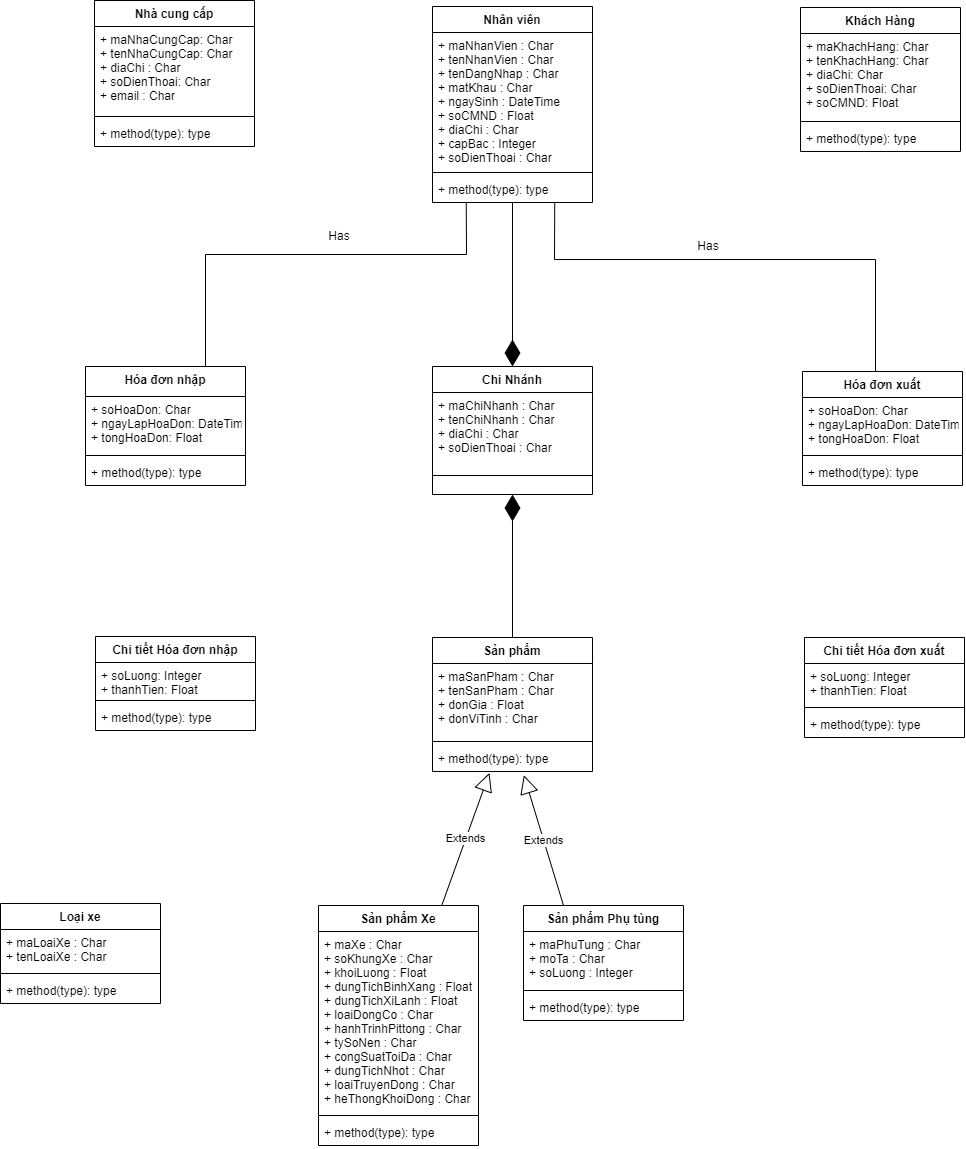
Earlier version of the draw.io export Sơ Đồ Class.png (ChauCongTu/thiet-ke-linh-tinh). Source tidied: cells renumbered, new cells last; positions are measured from the earlier drawing's top-left corner, leaving out a move shared by most shapes. Its diagram source:
```xml
<mxGraphModel>
  <root>
    <mxCell id="0" />
    <mxCell id="1" parent="0" />
    <mxCell id="2" value="Chi Nhánh" style="swimlane;fontStyle=1;align=center;verticalAlign=top;horizontal=1;startSize=26;" parent="1" vertex="1">
      <mxGeometry x="432" y="366" width="160" height="128" as="geometry" />
    </mxCell>
    <mxCell id="3" value="+ maChiNhanh : Char&#10;+ tenChiNhanh : Char&#10;+ diaChi : Char&#10;+ soDienThoai : Char" style="text;strokeColor=none;fillColor=none;align=left;verticalAlign=top;spacingLeft=4;spacingRight=4;overflow=hidden;" parent="2" vertex="1">
      <mxGeometry y="26" width="160" height="64" as="geometry" />
    </mxCell>
    <mxCell id="4" style="line;strokeWidth=1;fillColor=none;align=left;verticalAlign=middle;spacingTop=-1;spacingLeft=3;spacingRight=3;labelPosition=right;strokeColor=inherit;" parent="2" vertex="1">
      <mxGeometry y="90" width="160" height="38" as="geometry" />
    </mxCell>
    <mxCell id="5" value="Khách Hàng" style="swimlane;fontStyle=1;align=center;verticalAlign=top;horizontal=1;startSize=26;" parent="1" vertex="1">
      <mxGeometry x="800" y="7" width="160" height="144" as="geometry" />
    </mxCell>
    <mxCell id="6" value="+ maKhachHang: Char&#10;+ tenKhachHang: Char&#10;+ diaChi: Char&#10;+ soDienThoai: Char&#10;+ soCMND: Float" style="text;strokeColor=none;fillColor=none;align=left;verticalAlign=top;spacingLeft=4;spacingRight=4;overflow=hidden;" parent="5" vertex="1">
      <mxGeometry y="26" width="160" height="84" as="geometry" />
    </mxCell>
    <mxCell id="7" style="line;strokeWidth=1;fillColor=none;align=left;verticalAlign=middle;spacingTop=-1;spacingLeft=3;spacingRight=3;labelPosition=right;strokeColor=inherit;" parent="5" vertex="1">
      <mxGeometry y="110" width="160" height="8" as="geometry" />
    </mxCell>
    <mxCell id="8" value="+ method(type): type" style="text;strokeColor=none;fillColor=none;align=left;verticalAlign=top;spacingLeft=4;spacingRight=4;overflow=hidden;" parent="5" vertex="1">
      <mxGeometry y="118" width="160" height="26" as="geometry" />
    </mxCell>
    <mxCell id="9" value="Nhà cung cấp" style="swimlane;fontStyle=1;align=center;verticalAlign=top;horizontal=1;startSize=26;" parent="1" vertex="1">
      <mxGeometry x="94" width="160" height="146" as="geometry" />
    </mxCell>
    <mxCell id="10" value="+ maNhaCungCap: Char&#10;+ tenNhaCungCap: Char&#10;+ diaChi : Char&#10;+ soDienThoai: Char&#10;+ email : Char" style="text;strokeColor=none;fillColor=none;align=left;verticalAlign=top;spacingLeft=4;spacingRight=4;overflow=hidden;" parent="9" vertex="1">
      <mxGeometry y="26" width="160" height="86" as="geometry" />
    </mxCell>
    <mxCell id="11" style="line;strokeWidth=1;fillColor=none;align=left;verticalAlign=middle;spacingTop=-1;spacingLeft=3;spacingRight=3;labelPosition=right;strokeColor=inherit;" parent="9" vertex="1">
      <mxGeometry y="112" width="160" height="8" as="geometry" />
    </mxCell>
    <mxCell id="12" value="+ method(type): type" style="text;strokeColor=none;fillColor=none;align=left;verticalAlign=top;spacingLeft=4;spacingRight=4;overflow=hidden;" parent="9" vertex="1">
      <mxGeometry y="120" width="160" height="26" as="geometry" />
    </mxCell>
    <mxCell id="13" value="Hóa đơn nhập" style="swimlane;fontStyle=1;align=center;verticalAlign=top;horizontal=1;startSize=30;" parent="1" vertex="1">
      <mxGeometry x="85" y="366" width="160" height="119" as="geometry" />
    </mxCell>
    <mxCell id="14" value="+ soHoaDon: Char&#10;+ ngayLapHoaDon: DateTime&#10;+ tongHoaDon: Float" style="text;strokeColor=none;fillColor=none;align=left;verticalAlign=top;spacingLeft=4;spacingRight=4;overflow=hidden;" parent="13" vertex="1">
      <mxGeometry y="30" width="160" height="55" as="geometry" />
    </mxCell>
    <mxCell id="15" style="line;strokeWidth=1;fillColor=none;align=left;verticalAlign=middle;spacingTop=-1;spacingLeft=3;spacingRight=3;labelPosition=right;strokeColor=inherit;" parent="13" vertex="1">
      <mxGeometry y="85" width="160" height="8" as="geometry" />
    </mxCell>
    <mxCell id="16" value="+ method(type): type" style="text;strokeColor=none;fillColor=none;align=left;verticalAlign=top;spacingLeft=4;spacingRight=4;overflow=hidden;" parent="13" vertex="1">
      <mxGeometry y="93" width="160" height="26" as="geometry" />
    </mxCell>
    <mxCell id="17" value="Nhân viên" style="swimlane;fontStyle=1;align=center;verticalAlign=top;horizontal=1;startSize=26;" parent="1" vertex="1">
      <mxGeometry x="432" y="6" width="160" height="196" as="geometry" />
    </mxCell>
    <mxCell id="18" value="+ maNhanVien : Char&#10;+ tenNhanVien : Char&#10;+ tenDangNhap : Char&#10;+ matKhau : Char&#10;+ ngaySinh : DateTime&#10;+ soCMND : Float&#10;+ diaChi : Char&#10;+ capBac : Integer&#10;+ soDienThoai : Char" style="text;strokeColor=none;fillColor=none;align=left;verticalAlign=top;spacingLeft=4;spacingRight=4;overflow=hidden;" parent="17" vertex="1">
      <mxGeometry y="26" width="160" height="136" as="geometry" />
    </mxCell>
    <mxCell id="19" style="line;strokeWidth=1;fillColor=none;align=left;verticalAlign=middle;spacingTop=-1;spacingLeft=3;spacingRight=3;labelPosition=right;strokeColor=inherit;" parent="17" vertex="1">
      <mxGeometry y="162" width="160" height="8" as="geometry" />
    </mxCell>
    <mxCell id="20" value="+ method(type): type" style="text;strokeColor=none;fillColor=none;align=left;verticalAlign=top;spacingLeft=4;spacingRight=4;overflow=hidden;points=[[0,0.5],[1,0.5]];portConstraint=eastwest;" parent="17" vertex="1">
      <mxGeometry y="170" width="160" height="26" as="geometry" />
    </mxCell>
    <mxCell id="21" value="Loại xe" style="swimlane;fontStyle=1;align=center;verticalAlign=top;horizontal=1;startSize=26;" parent="1" vertex="1">
      <mxGeometry y="903" width="160" height="100" as="geometry" />
    </mxCell>
    <mxCell id="22" value="+ maLoaiXe : Char&#10;+ tenLoaiXe : Char" style="text;strokeColor=none;fillColor=none;align=left;verticalAlign=top;spacingLeft=4;spacingRight=4;overflow=hidden;" parent="21" vertex="1">
      <mxGeometry y="26" width="160" height="40" as="geometry" />
    </mxCell>
    <mxCell id="23" style="line;strokeWidth=1;fillColor=none;align=left;verticalAlign=middle;spacingTop=-1;spacingLeft=3;spacingRight=3;labelPosition=right;strokeColor=inherit;" parent="21" vertex="1">
      <mxGeometry y="66" width="160" height="8" as="geometry" />
    </mxCell>
    <mxCell id="24" value="+ method(type): type" style="text;strokeColor=none;fillColor=none;align=left;verticalAlign=top;spacingLeft=4;spacingRight=4;overflow=hidden;" parent="21" vertex="1">
      <mxGeometry y="74" width="160" height="26" as="geometry" />
    </mxCell>
    <mxCell id="25" value="Sản phẩm Phụ tùng" style="swimlane;fontStyle=1;align=center;verticalAlign=top;horizontal=1;startSize=26;" parent="1" vertex="1">
      <mxGeometry x="523" y="905" width="160" height="115" as="geometry" />
    </mxCell>
    <mxCell id="26" value="+ maPhuTung : Char&#10;+ moTa : Char&#10;+ soLuong : Integer" style="text;strokeColor=none;fillColor=none;align=left;verticalAlign=top;spacingLeft=4;spacingRight=4;overflow=hidden;" parent="25" vertex="1">
      <mxGeometry y="26" width="160" height="55" as="geometry" />
    </mxCell>
    <mxCell id="27" style="line;strokeWidth=1;fillColor=none;align=left;verticalAlign=middle;spacingTop=-1;spacingLeft=3;spacingRight=3;labelPosition=right;strokeColor=inherit;" parent="25" vertex="1">
      <mxGeometry y="81" width="160" height="8" as="geometry" />
    </mxCell>
    <mxCell id="28" value="+ method(type): type" style="text;strokeColor=none;fillColor=none;align=left;verticalAlign=top;spacingLeft=4;spacingRight=4;overflow=hidden;" parent="25" vertex="1">
      <mxGeometry y="89" width="160" height="26" as="geometry" />
    </mxCell>
    <mxCell id="29" value="Sản phẩm Xe" style="swimlane;fontStyle=1;align=center;verticalAlign=top;horizontal=1;startSize=26;" parent="1" vertex="1">
      <mxGeometry x="318" y="905" width="160" height="240" as="geometry" />
    </mxCell>
    <mxCell id="30" value="+ maXe : Char&#10;+ soKhungXe : Char&#10;+ khoiLuong : Float&#10;+ dungTichBinhXang : Float&#10;+ dungTichXiLanh : Float&#10;+ loaiDongCo : Char&#10;+ hanhTrinhPittong : Char&#10;+ tySoNen : Char&#10;+ congSuatToiDa : Char&#10;+ dungTichNhot : Char&#10;+ loaiTruyenDong : Char&#10;+ heThongKhoiDong : Char" style="text;strokeColor=none;fillColor=none;align=left;verticalAlign=top;spacingLeft=4;spacingRight=4;overflow=hidden;" parent="29" vertex="1">
      <mxGeometry y="26" width="160" height="180" as="geometry" />
    </mxCell>
    <mxCell id="31" style="line;strokeWidth=1;fillColor=none;align=left;verticalAlign=middle;spacingTop=-1;spacingLeft=3;spacingRight=3;labelPosition=right;strokeColor=inherit;" parent="29" vertex="1">
      <mxGeometry y="206" width="160" height="8" as="geometry" />
    </mxCell>
    <mxCell id="32" value="+ method(type): type" style="text;strokeColor=none;fillColor=none;align=left;verticalAlign=top;spacingLeft=4;spacingRight=4;overflow=hidden;" parent="29" vertex="1">
      <mxGeometry y="214" width="160" height="26" as="geometry" />
    </mxCell>
    <mxCell id="33" value="Sản phẩm" style="swimlane;fontStyle=1;align=center;verticalAlign=top;horizontal=1;startSize=26;" parent="1" vertex="1">
      <mxGeometry x="432" y="637" width="160" height="134" as="geometry" />
    </mxCell>
    <mxCell id="34" value="+ maSanPham : Char&#10;+ tenSanPham : Char&#10;+ donGia : Float&#10;+ donViTinh : Char" style="text;strokeColor=none;fillColor=none;align=left;verticalAlign=top;spacingLeft=4;spacingRight=4;overflow=hidden;" parent="33" vertex="1">
      <mxGeometry y="26" width="160" height="74" as="geometry" />
    </mxCell>
    <mxCell id="35" style="line;strokeWidth=1;fillColor=none;align=left;verticalAlign=middle;spacingTop=-1;spacingLeft=3;spacingRight=3;labelPosition=right;strokeColor=inherit;" parent="33" vertex="1">
      <mxGeometry y="100" width="160" height="8" as="geometry" />
    </mxCell>
    <mxCell id="36" value="+ method(type): type" style="text;strokeColor=none;fillColor=none;align=left;verticalAlign=top;spacingLeft=4;spacingRight=4;overflow=hidden;points=[[0,0.5],[1,0.5]];portConstraint=eastwest;" parent="33" vertex="1">
      <mxGeometry y="108" width="160" height="26" as="geometry" />
    </mxCell>
    <mxCell id="37" value="Chi tiết Hóa đơn xuất" style="swimlane;fontStyle=1;align=center;verticalAlign=top;horizontal=1;startSize=26;" parent="1" vertex="1">
      <mxGeometry x="804" y="637" width="160" height="100" as="geometry" />
    </mxCell>
    <mxCell id="38" value="+ soLuong: Integer&#10;+ thanhTien: Float" style="text;strokeColor=none;fillColor=none;align=left;verticalAlign=top;spacingLeft=4;spacingRight=4;overflow=hidden;" parent="37" vertex="1">
      <mxGeometry y="26" width="160" height="40" as="geometry" />
    </mxCell>
    <mxCell id="39" style="line;strokeWidth=1;fillColor=none;align=left;verticalAlign=middle;spacingTop=-1;spacingLeft=3;spacingRight=3;labelPosition=right;strokeColor=inherit;" parent="37" vertex="1">
      <mxGeometry y="66" width="160" height="8" as="geometry" />
    </mxCell>
    <mxCell id="40" value="+ method(type): type" style="text;strokeColor=none;fillColor=none;align=left;verticalAlign=top;spacingLeft=4;spacingRight=4;overflow=hidden;" parent="37" vertex="1">
      <mxGeometry y="74" width="160" height="26" as="geometry" />
    </mxCell>
    <mxCell id="41" value="Chi tiết Hóa đơn nhập" style="swimlane;fontStyle=1;align=center;verticalAlign=top;horizontal=1;startSize=26;" parent="1" vertex="1">
      <mxGeometry x="95" y="636" width="160" height="94" as="geometry" />
    </mxCell>
    <mxCell id="42" value="+ soLuong: Integer&#10;+ thanhTien: Float" style="text;strokeColor=none;fillColor=none;align=left;verticalAlign=top;spacingLeft=4;spacingRight=4;overflow=hidden;" parent="41" vertex="1">
      <mxGeometry y="26" width="160" height="34" as="geometry" />
    </mxCell>
    <mxCell id="43" style="line;strokeWidth=1;fillColor=none;align=left;verticalAlign=middle;spacingTop=-1;spacingLeft=3;spacingRight=3;labelPosition=right;strokeColor=inherit;" parent="41" vertex="1">
      <mxGeometry y="60" width="160" height="8" as="geometry" />
    </mxCell>
    <mxCell id="44" value="+ method(type): type" style="text;strokeColor=none;fillColor=none;align=left;verticalAlign=top;spacingLeft=4;spacingRight=4;overflow=hidden;" parent="41" vertex="1">
      <mxGeometry y="68" width="160" height="26" as="geometry" />
    </mxCell>
    <mxCell id="45" value="Hóa đơn xuất" style="swimlane;fontStyle=1;align=center;verticalAlign=top;horizontal=1;startSize=26;" parent="1" vertex="1">
      <mxGeometry x="802" y="371" width="160" height="114" as="geometry" />
    </mxCell>
    <mxCell id="46" value="+ soHoaDon: Char&#10;+ ngayLapHoaDon: DateTime&#10;+ tongHoaDon: Float" style="text;strokeColor=none;fillColor=none;align=left;verticalAlign=top;spacingLeft=4;spacingRight=4;overflow=hidden;" parent="45" vertex="1">
      <mxGeometry y="26" width="160" height="54" as="geometry" />
    </mxCell>
    <mxCell id="47" style="line;strokeWidth=1;fillColor=none;align=left;verticalAlign=middle;spacingTop=-1;spacingLeft=3;spacingRight=3;labelPosition=right;strokeColor=inherit;" parent="45" vertex="1">
      <mxGeometry y="80" width="160" height="8" as="geometry" />
    </mxCell>
    <mxCell id="48" value="+ method(type): type" style="text;strokeColor=none;fillColor=none;align=left;verticalAlign=top;spacingLeft=4;spacingRight=4;overflow=hidden;" parent="45" vertex="1">
      <mxGeometry y="88" width="160" height="26" as="geometry" />
    </mxCell>
    <mxCell id="49" style="endArrow=diamondThin;endFill=1;endSize=24;html=1;rounded=0;entryX=0.5;entryY=1;entryDx=0;entryDy=0;" parent="1" edge="1" source="33" target="2">
      <mxGeometry relative="1" as="geometry" />
    </mxCell>
    <mxCell id="50" style="endArrow=diamondThin;endFill=1;endSize=24;html=1;rounded=0;entryX=0.5;entryY=0;entryDx=0;entryDy=0;" parent="1" edge="1" source="20" target="2">
      <mxGeometry relative="1" as="geometry" />
    </mxCell>
    <mxCell id="51" value="Extends" style="endArrow=block;endSize=16;endFill=0;html=1;rounded=0;entryX=0.356;entryY=1.055;entryDx=0;entryDy=0;entryPerimeter=0;" parent="1" edge="1" source="29" target="36">
      <mxGeometry relative="1" as="geometry" />
    </mxCell>
    <mxCell id="52" value="Extends" style="endArrow=block;endSize=16;endFill=0;html=1;rounded=0;entryX=0.571;entryY=1.143;entryDx=0;entryDy=0;entryPerimeter=0;exitX=0.25;exitY=0;exitDx=0;exitDy=0;" parent="1" edge="1" source="25" target="36">
      <mxGeometry relative="1" as="geometry" />
    </mxCell>
    <mxCell id="53" value="Has&lt;span style=&quot;color: rgba(0, 0, 0, 0); font-family: monospace; font-size: 0px; text-align: start;&quot;&gt;%3CmxGraphModel%3E%3Croot%3E%3CmxCell%20id%3D%220%22%2F%3E%3CmxCell%20id%3D%221%22%20parent%3D%220%22%2F%3E%3CmxCell%20id%3D%222%22%20value%3D%22%22%20style%3D%22endArrow%3Dnone%3Bhtml%3D1%3Brounded%3D0%3BexitX%3D1%3BexitY%3D0.25%3BexitDx%3D0%3BexitDy%3D0%3B%22%20edge%3D%221%22%20parent%3D%221%22%3E%3CmxGeometry%20width%3D%2250%22%20height%3D%2250%22%20relative%3D%221%22%20as%3D%22geometry%22%3E%3CmxPoint%20x%3D%22667%22%20y%3D%22139%22%20as%3D%22sourcePoint%22%2F%3E%3CmxPoint%20x%3D%22881%22%20y%3D%22139.72789115646253%22%20as%3D%22targetPoint%22%2F%3E%3C%2FmxGeometry%3E%3C%2FmxCell%3E%3C%2Froot%3E%3C%2FmxGraphModel%3E&lt;/span&gt;" style="text;html=1;strokeColor=none;fillColor=none;align=center;verticalAlign=middle;whiteSpace=wrap;rounded=0;" parent="1" vertex="1">
      <mxGeometry x="678" y="231" width="60" height="30" as="geometry" />
    </mxCell>
    <mxCell id="54" value="Has&lt;span style=&quot;color: rgba(0, 0, 0, 0); font-family: monospace; font-size: 0px; text-align: start;&quot;&gt;%3CmxGraphModel%3E%3Croot%3E%3CmxCell%20id%3D%220%22%2F%3E%3CmxCell%20id%3D%221%22%20parent%3D%220%22%2F%3E%3CmxCell%20id%3D%222%22%20value%3D%22%22%20style%3D%22endArrow%3Dnone%3Bhtml%3D1%3Brounded%3D0%3BexitX%3D1%3BexitY%3D0.25%3BexitDx%3D0%3BexitDy%3D0%3B%22%20edge%3D%221%22%20parent%3D%221%22%3E%3CmxGeometry%20width%3D%2250%22%20height%3D%2250%22%20relative%3D%221%22%20as%3D%22geometry%22%3E%3CmxPoint%20x%3D%22667%22%20y%3D%22139%22%20as%3D%22sourcePoint%22%2F%3E%3CmxPoint%20x%3D%22881%22%20y%3D%22139.72789115646253%22%20as%3D%22targetPoint%22%2F%3E%3C%2FmxGeometry%3E%3C%2FmxCell%3E%3C%2Froot%3E%3C%2FmxGraphModel%3E&lt;/span&gt;" style="text;html=1;strokeColor=none;fillColor=none;align=center;verticalAlign=middle;whiteSpace=wrap;rounded=0;" parent="1" vertex="1">
      <mxGeometry x="309" y="221" width="60" height="30" as="geometry" />
    </mxCell>
    <mxCell id="55" style="endArrow=none;html=1;rounded=0;exitX=0.75;exitY=0;exitDx=0;exitDy=0;entryX=0.211;entryY=1.015;entryDx=0;entryDy=0;entryPerimeter=0;" parent="1" edge="1" source="13" target="20">
      <mxGeometry relative="1" as="geometry">
        <Array as="points">
          <mxPoint x="205" y="254" />
          <mxPoint x="466" y="254" />
        </Array>
      </mxGeometry>
    </mxCell>
    <mxCell id="56" style="endArrow=none;html=1;rounded=0;exitX=0.75;exitY=0;exitDx=0;exitDy=0;entryX=0.764;entryY=1.015;entryDx=0;entryDy=0;entryPerimeter=0;" parent="1" edge="1" target="20">
      <mxGeometry relative="1" as="geometry">
        <mxPoint x="875" y="371" as="sourcePoint" />
        <Array as="points">
          <mxPoint x="875" y="259" />
          <mxPoint x="554" y="259" />
        </Array>
      </mxGeometry>
    </mxCell>
  </root>
</mxGraphModel>
```
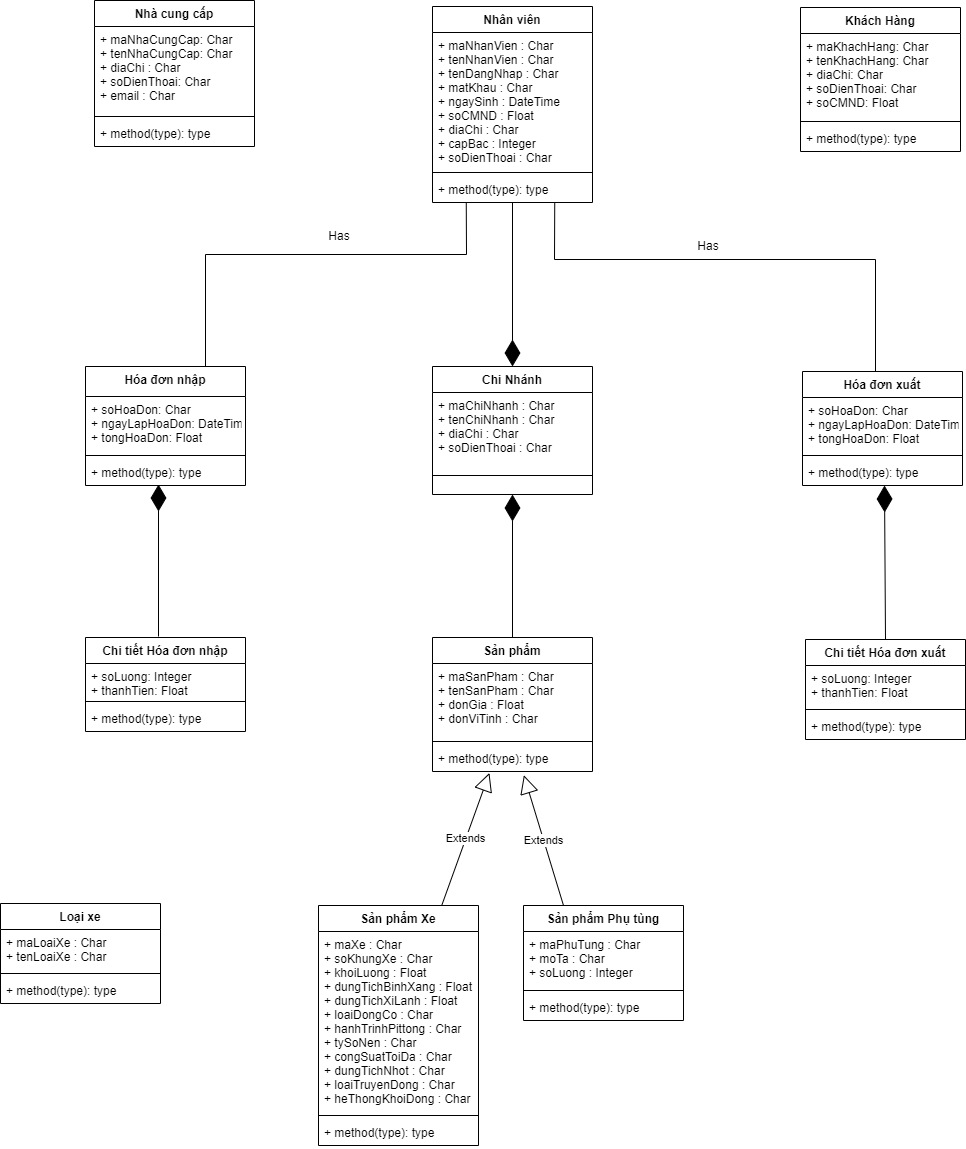
The same file after the commit.

Commit message:
Cập nhật Sơ Đồ Class.png

Diff of the diagram source:
```diff
@@ -108,7 +108,7 @@
       <mxGeometry y="108" width="160" height="26" as="geometry" />
     </mxCell>
     <mxCell id="37" value="Chi tiết Hóa đơn xuất" style="swimlane;fontStyle=1;align=center;verticalAlign=top;horizontal=1;startSize=26;" parent="1" vertex="1">
-      <mxGeometry x="804" y="637" width="160" height="100" as="geometry" />
+      <mxGeometry x="805" y="639" width="160" height="100" as="geometry" />
     </mxCell>
     <mxCell id="38" value="+ soLuong: Integer&#10;+ thanhTien: Float" style="text;strokeColor=none;fillColor=none;align=left;verticalAlign=top;spacingLeft=4;spacingRight=4;overflow=hidden;" parent="37" vertex="1">
       <mxGeometry y="26" width="160" height="40" as="geometry" />
@@ -120,7 +120,7 @@
       <mxGeometry y="74" width="160" height="26" as="geometry" />
     </mxCell>
     <mxCell id="41" value="Chi tiết Hóa đơn nhập" style="swimlane;fontStyle=1;align=center;verticalAlign=top;horizontal=1;startSize=26;" parent="1" vertex="1">
-      <mxGeometry x="95" y="636" width="160" height="94" as="geometry" />
+      <mxGeometry x="85" y="637" width="160" height="94" as="geometry" />
     </mxCell>
     <mxCell id="42" value="+ soLuong: Integer&#10;+ thanhTien: Float" style="text;strokeColor=none;fillColor=none;align=left;verticalAlign=top;spacingLeft=4;spacingRight=4;overflow=hidden;" parent="41" vertex="1">
       <mxGeometry y="26" width="160" height="34" as="geometry" />
@@ -178,5 +178,16 @@
         </Array>
       </mxGeometry>
     </mxCell>
+    <mxCell id="57" style="endArrow=diamondThin;endFill=1;endSize=24;html=1;rounded=0;exitX=0.5;exitY=0;exitDx=0;exitDy=0;" parent="1" edge="1" source="37">
+      <mxGeometry relative="1" as="geometry">
+        <mxPoint x="884" y="485" as="targetPoint" />
+      </mxGeometry>
+    </mxCell>
+    <mxCell id="58" style="endArrow=diamondThin;endFill=1;endSize=24;html=1;rounded=0;" parent="1" edge="1">
+      <mxGeometry relative="1" as="geometry">
+        <mxPoint x="158" y="636" as="sourcePoint" />
+        <mxPoint x="158" y="484" as="targetPoint" />
+      </mxGeometry>
+    </mxCell>
   </root>
 </mxGraphModel>
```
